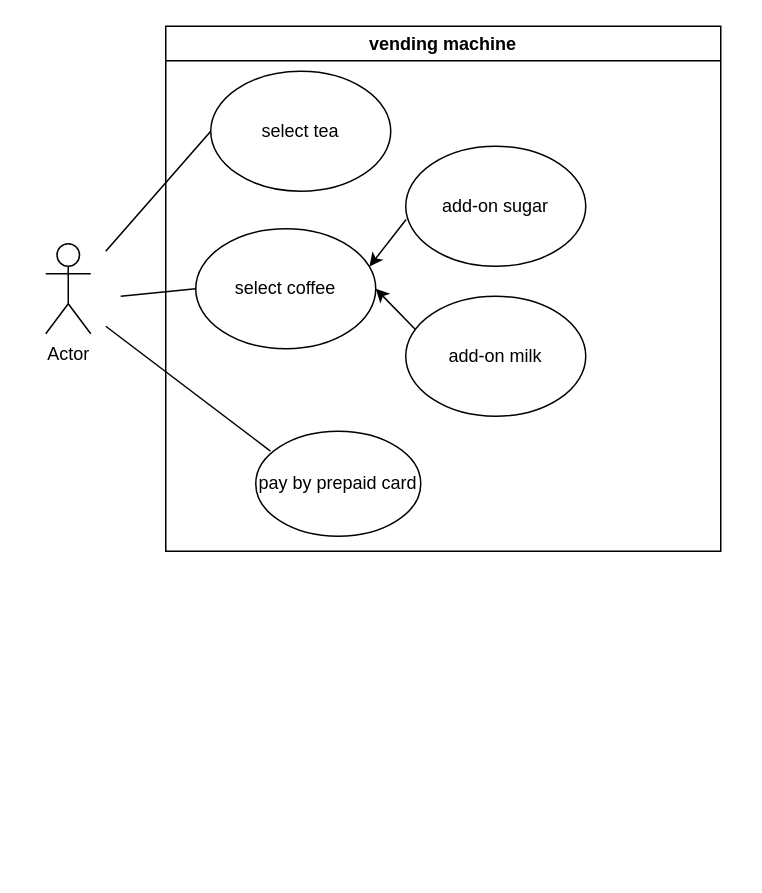
Before: usecase_vendingmachine.drawio in gablmao/MDX-Lab-Week10, a draw.io diagram. Source tidied: cells renumbered, new cells numbered last; positions are measured from the earlier drawing's top-left corner, leaving out a move shared by most shapes. Both pictures are drawn from the tidied source at 150%, with x=0, y=0 at pixel (45, 26).
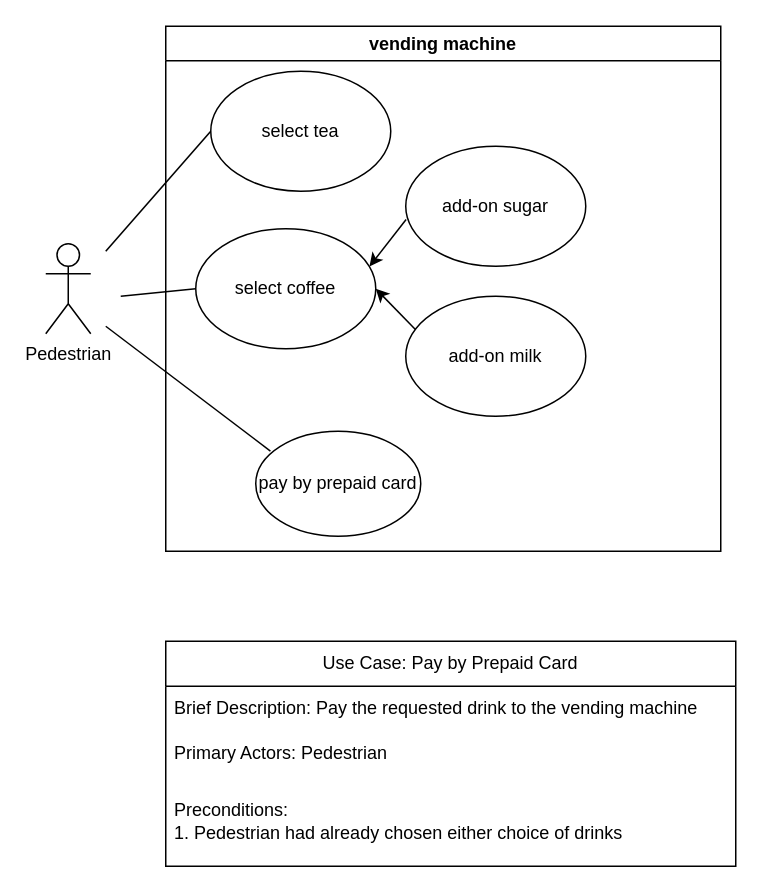
The same diagram, later.

What changed in the source:
```diff
@@
 <mxGraphModel>
   <root>
     <mxCell id="0" />
     <mxCell id="1" parent="0" />
     <mxCell id="2" value="vending machine" style="swimlane;whiteSpace=wrap;html=1;" parent="1" vertex="1">
       <mxGeometry x="80" width="370" height="350" as="geometry" />
     </mxCell>
     <mxCell id="3" value="pay by prepaid card" style="ellipse;whiteSpace=wrap;html=1;" parent="2" vertex="1">
       <mxGeometry x="60" y="270" width="110" height="70" as="geometry" />
     </mxCell>
     <mxCell id="4" value="select tea" style="ellipse;whiteSpace=wrap;html=1;" parent="2" vertex="1">
       <mxGeometry x="30" y="30" width="120" height="80" as="geometry" />
     </mxCell>
     <mxCell id="5" value="select coffee" style="ellipse;whiteSpace=wrap;html=1;" parent="2" vertex="1">
       <mxGeometry x="20" y="135" width="120" height="80" as="geometry" />
     </mxCell>
     <mxCell id="6" value="add-on milk" style="ellipse;whiteSpace=wrap;html=1;" parent="2" vertex="1">
       <mxGeometry x="160" y="180" width="120" height="80" as="geometry" />
     </mxCell>
     <mxCell id="7" value="add-on sugar" style="ellipse;whiteSpace=wrap;html=1;" parent="2" vertex="1">
       <mxGeometry x="160" y="80" width="120" height="80" as="geometry" />
     </mxCell>
     <mxCell id="8" style="endArrow=classic;html=1;rounded=0;exitX=0.055;exitY=0.28;exitDx=0;exitDy=0;exitPerimeter=0;entryX=1;entryY=0.5;entryDx=0;entryDy=0;" parent="2" edge="1" source="6" target="5">
       <mxGeometry relative="1" as="geometry" />
     </mxCell>
     <mxCell id="9" style="endArrow=classic;html=1;rounded=0;exitX=0.002;exitY=0.61;exitDx=0;exitDy=0;exitPerimeter=0;entryX=0.965;entryY=0.315;entryDx=0;entryDy=0;entryPerimeter=0;" parent="2" edge="1" source="7" target="5">
       <mxGeometry relative="1" as="geometry" />
     </mxCell>
-    <mxCell id="10" value="Actor" style="shape=umlActor;verticalLabelPosition=bottom;verticalAlign=top;html=1;" parent="1" vertex="1">
+    <mxCell id="10" value="Pedestrian" style="shape=umlActor;verticalLabelPosition=bottom;verticalAlign=top;html=1;" parent="1" vertex="1">
       <mxGeometry y="145" width="30" height="60" as="geometry" />
     </mxCell>
     <mxCell id="11" style="endArrow=none;html=1;rounded=0;entryX=0.089;entryY=0.189;entryDx=0;entryDy=0;entryPerimeter=0;" parent="1" edge="1" target="3">
       <mxGeometry relative="1" as="geometry">
         <mxPoint x="40" y="200" as="sourcePoint" />
       </mxGeometry>
     </mxCell>
     <mxCell id="12" style="endArrow=none;html=1;rounded=0;entryX=0;entryY=0.5;entryDx=0;entryDy=0;" parent="1" edge="1" target="5">
       <mxGeometry relative="1" as="geometry">
         <mxPoint x="50" y="180" as="sourcePoint" />
       </mxGeometry>
     </mxCell>
     <mxCell id="13" style="endArrow=none;html=1;rounded=0;entryX=0;entryY=0.5;entryDx=0;entryDy=0;" parent="1" edge="1" target="4">
       <mxGeometry relative="1" as="geometry">
         <mxPoint x="40" y="150" as="sourcePoint" />
       </mxGeometry>
     </mxCell>
+    <mxCell id="14" value="Use Case: Pay by Prepaid Card" style="swimlane;fontStyle=0;horizontal=1;startSize=30;whiteSpace=wrap;html=1;" parent="1" vertex="1">
+      <mxGeometry x="80" y="410" width="380" height="150" as="geometry" />
+    </mxCell>
+    <mxCell id="15" value="Brief Description: Pay the requested drink to the vending machine" style="text;strokeColor=none;fillColor=none;align=left;verticalAlign=middle;spacingLeft=4;spacingRight=4;overflow=hidden;whiteSpace=wrap;html=1;" parent="14" vertex="1">
+      <mxGeometry y="30" width="380" height="30" as="geometry" />
+    </mxCell>
+    <mxCell id="16" value="Primary Actors: Pedestrian" style="text;strokeColor=none;fillColor=none;align=left;verticalAlign=middle;spacingLeft=4;spacingRight=4;overflow=hidden;whiteSpace=wrap;html=1;" parent="14" vertex="1">
+      <mxGeometry y="60" width="380" height="30" as="geometry" />
+    </mxCell>
+    <mxCell id="17" value="Preconditions:&lt;br&gt;1. Pedestrian had already chosen either choice of drinks" style="text;strokeColor=none;fillColor=none;align=left;verticalAlign=middle;spacingLeft=4;spacingRight=4;overflow=hidden;whiteSpace=wrap;html=1;" parent="14" vertex="1">
+      <mxGeometry y="90" width="380" height="60" as="geometry" />
+    </mxCell>
   </root>
 </mxGraphModel>
```
